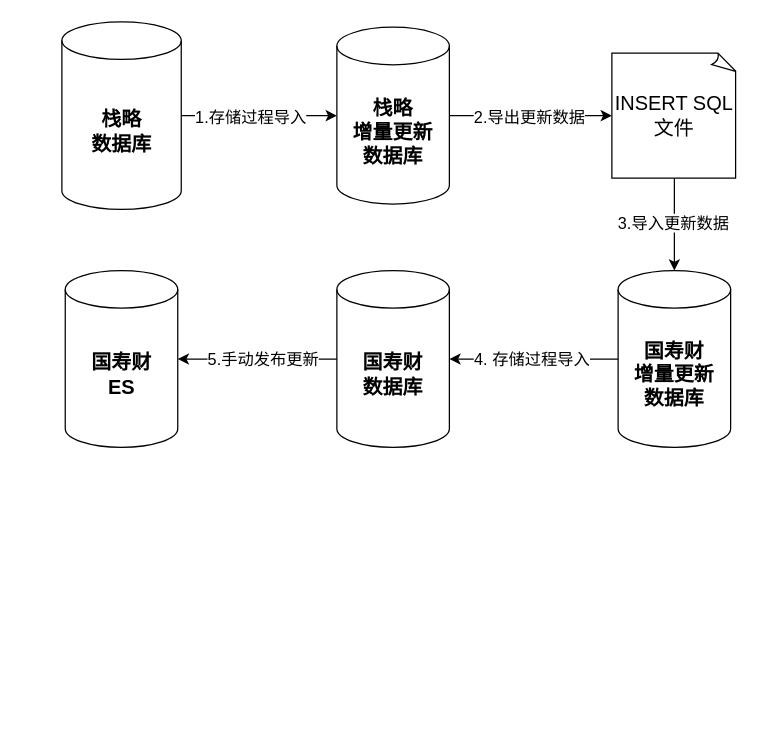
Before: 国寿财知识库三目录更新流程图.drawio in XiaoLiuAI/diagrams, a draw.io diagram. Source tidied: cells renumbered, new cells numbered last; positions are measured from the earlier drawing's top-left corner, leaving out a move shared by most shapes. Both pictures are drawn from the tidied source at 125%, with x=0, y=0 at pixel (61, 21).
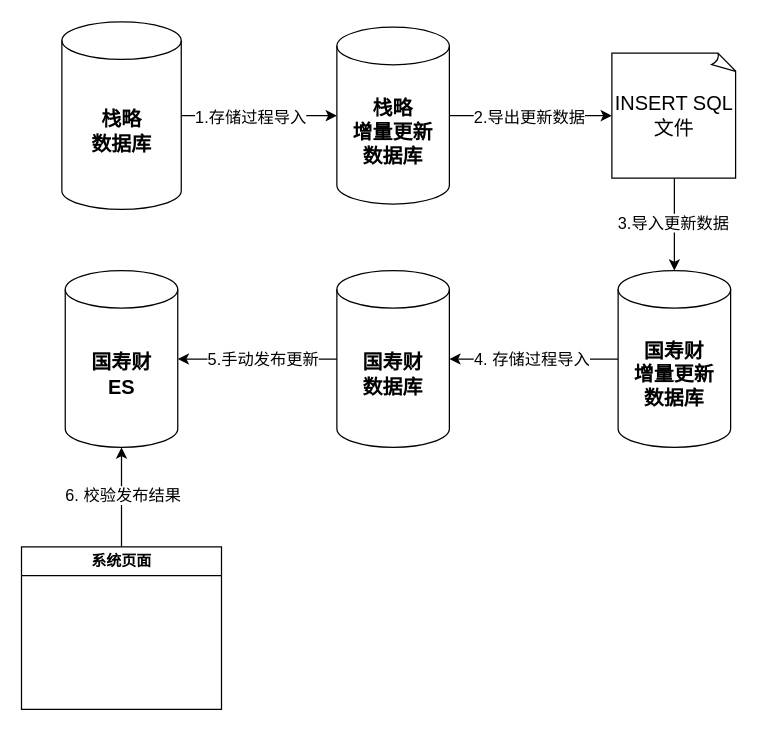
The same page after the edit.

Commit message (it also covers changes not shown here):
Update 国寿财知识库三目录更新流程图.drawio

Unchanged cells that the change refers to:
```xml
<mxCell id="15" value="&lt;font style=&quot;font-size: 16px;&quot;&gt;&lt;b&gt;国寿财&lt;br&gt;ES&lt;br&gt;&lt;/b&gt;&lt;/font&gt;" style="shape=cylinder3;whiteSpace=wrap;html=1;boundedLbl=1;backgroundOutline=1;size=15;" parent="1" vertex="1">
  <mxGeometry x="2.7" y="199" width="90" height="141.4" as="geometry" />
</mxCell>
```

Change to the diagram source:
```diff
@@
+    <mxCell id="18" value="系统页面" style="swimlane;whiteSpace=wrap;html=1;" parent="1" vertex="1">
+      <mxGeometry x="-32.3" y="420" width="160" height="130" as="geometry" />
+    </mxCell>
+    <mxCell id="19" style="edgeStyle=orthogonalEdgeStyle;rounded=0;jettySize=auto;html=1;entryX=0.5;entryY=1;entryDx=0;entryDy=0;entryPerimeter=0;" parent="1" edge="1" source="18" target="15">
+      <mxGeometry relative="1" as="geometry" />
+    </mxCell>
+    <mxCell id="20" value="&lt;font style=&quot;font-size: 13px;&quot;&gt;6. 校验发布结果&lt;/font&gt;" style="edgeLabel;html=1;align=center;verticalAlign=middle;" parent="19" vertex="1">
+      <mxGeometry x="0.09" y="-1" relative="1" as="geometry">
+        <mxPoint y="1" as="offset" />
+      </mxGeometry>
+    </mxCell>
```
